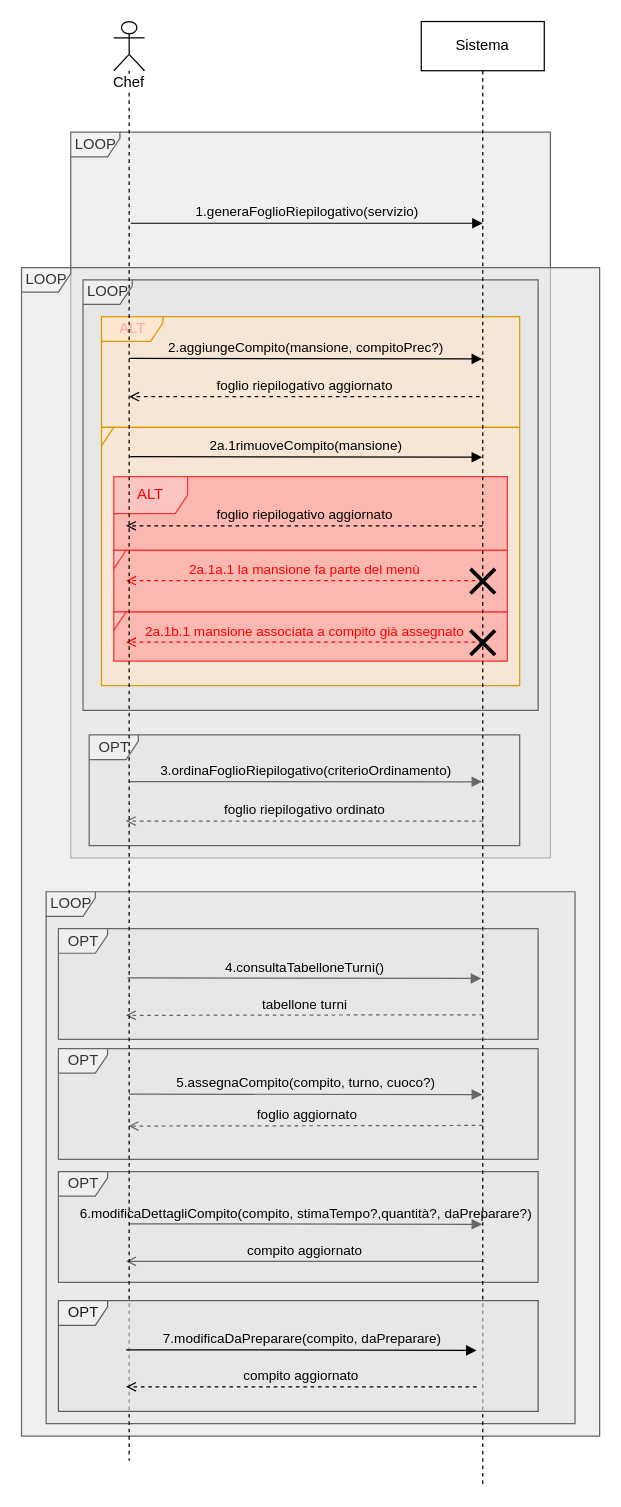
The draw.io diagram Modellazione_business_requisiti/SSD/SSD_estensioni_eccezioni_passo_2.drawio in Giacca01/CateRingProject, before the edit. Source tidied: cells renumbered, new cells numbered last; positions are measured from the earlier drawing's top-left corner, leaving out a move shared by most shapes. Both pictures are drawn from the tidied source at 123%, with x=0, y=0 at pixel (21, 21).
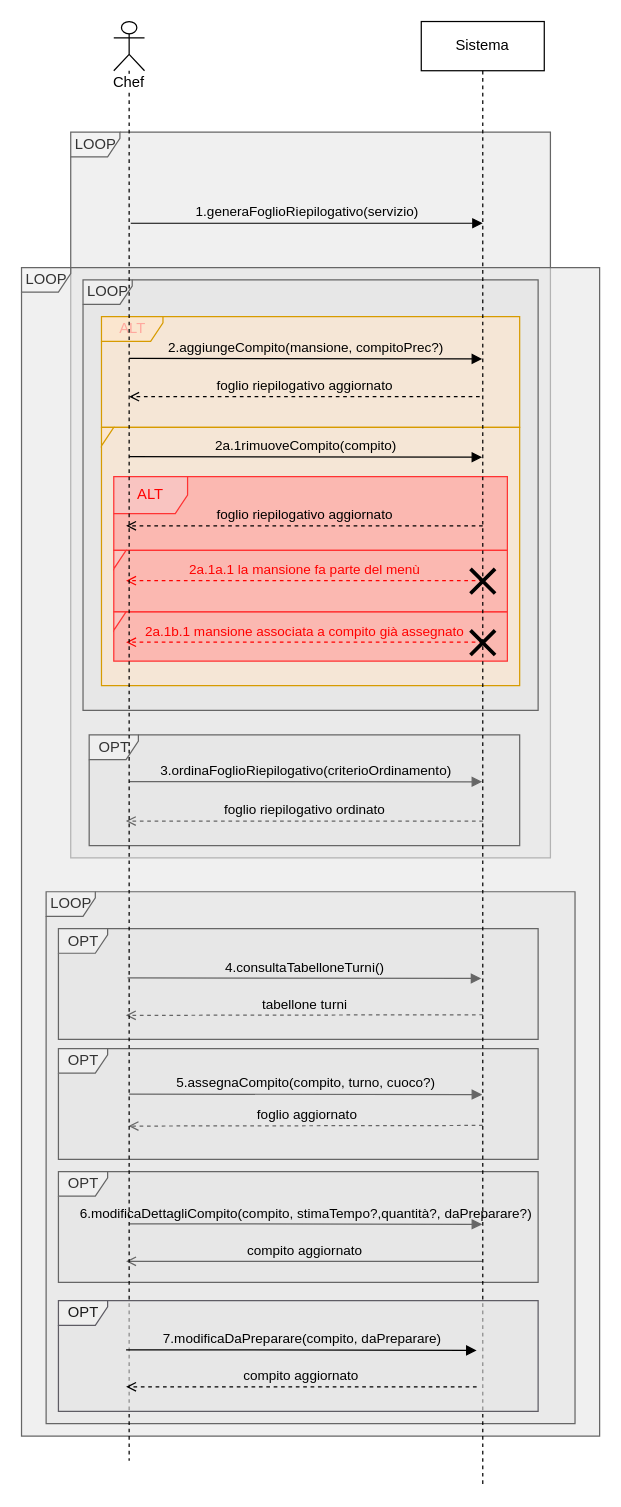
The same page after the edit.

Commit message (it also covers changes not shown here):
Version 2.2[08/08/2023]: Design System Diagrams partial fix

Unchanged cells that the change refers to:
```xml
<mxCell id="35" value="Sistema" style="shape=umlLifeline;perimeter=lifelinePerimeter;whiteSpace=wrap;html=1;outlineConnect=0;labelBackgroundColor=none;" parent="1" vertex="1">
  <mxGeometry x="325" width="100" height="1190" as="geometry" />
</mxCell>
```

What changed in the source:
```diff
@@
-    <mxCell id="20" value="2a.1rimuoveCompito(mansione)" style="html=1;verticalAlign=bottom;endArrow=block;edgeStyle=elbowEdgeStyle;elbow=vertical;curved=0;rounded=0;labelBackgroundColor=none;" parent="1" edge="1" target="35">
+    <mxCell id="20" value="2a.1rimuoveCompito(compito)" style="html=1;verticalAlign=bottom;endArrow=block;edgeStyle=elbowEdgeStyle;elbow=vertical;curved=0;rounded=0;labelBackgroundColor=none;" parent="1" edge="1" target="35">
       <mxGeometry relative="1" as="geometry">
         <mxPoint x="87.5" y="353.8" as="sourcePoint" />
         <Array as="points">
           <mxPoint x="183" y="354.2" />
         </Array>
       </mxGeometry>
     </mxCell>
```
